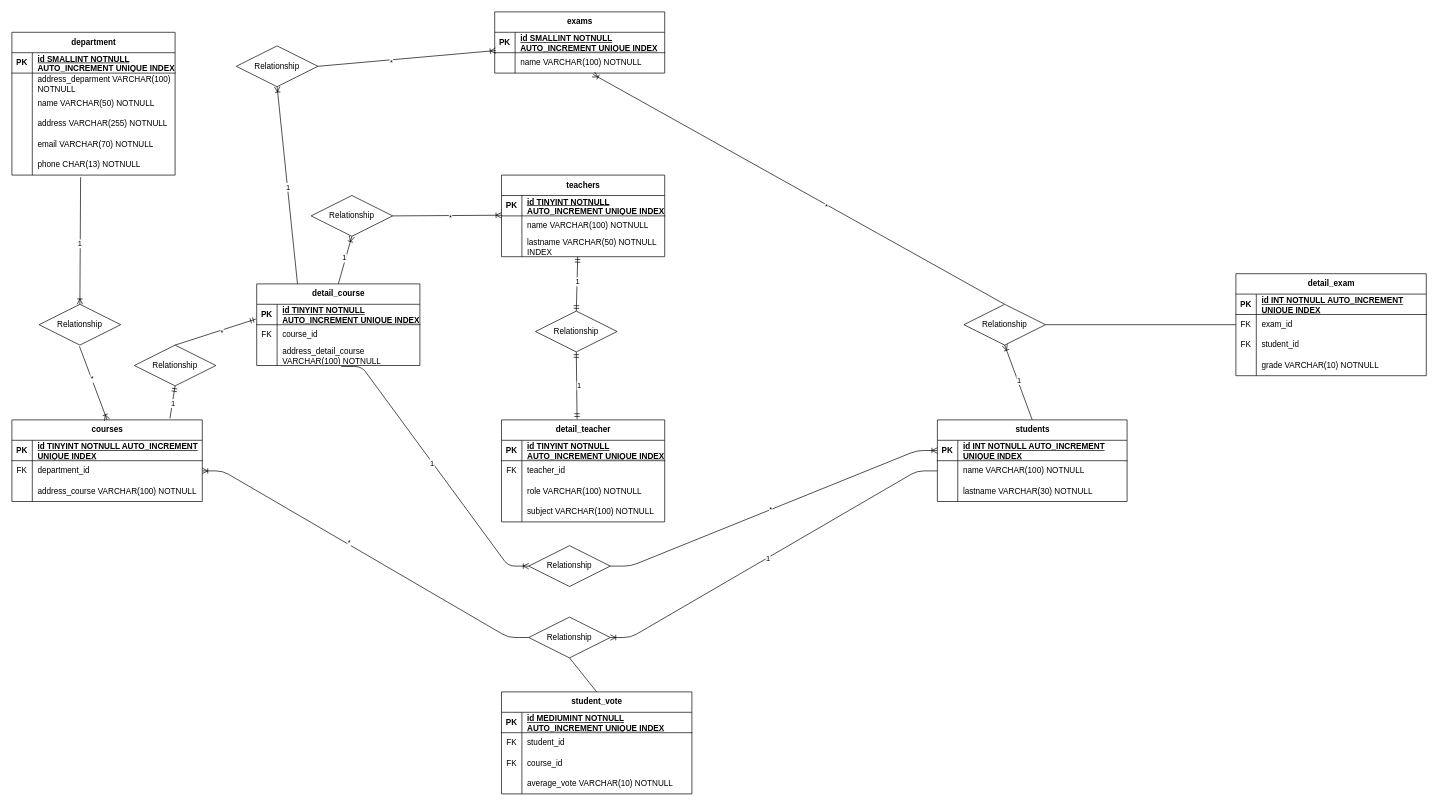
This is university-scheme.drawio from nicoladomingorizzo/db-university, a draw.io file, before an edit. Source tidied: cells renumbered, new cells numbered last; positions are measured from the earlier drawing's top-left corner, leaving out a move shared by most shapes. Both pictures are drawn from the tidied source at 68%, with x=0, y=0 at pixel (12, 12).
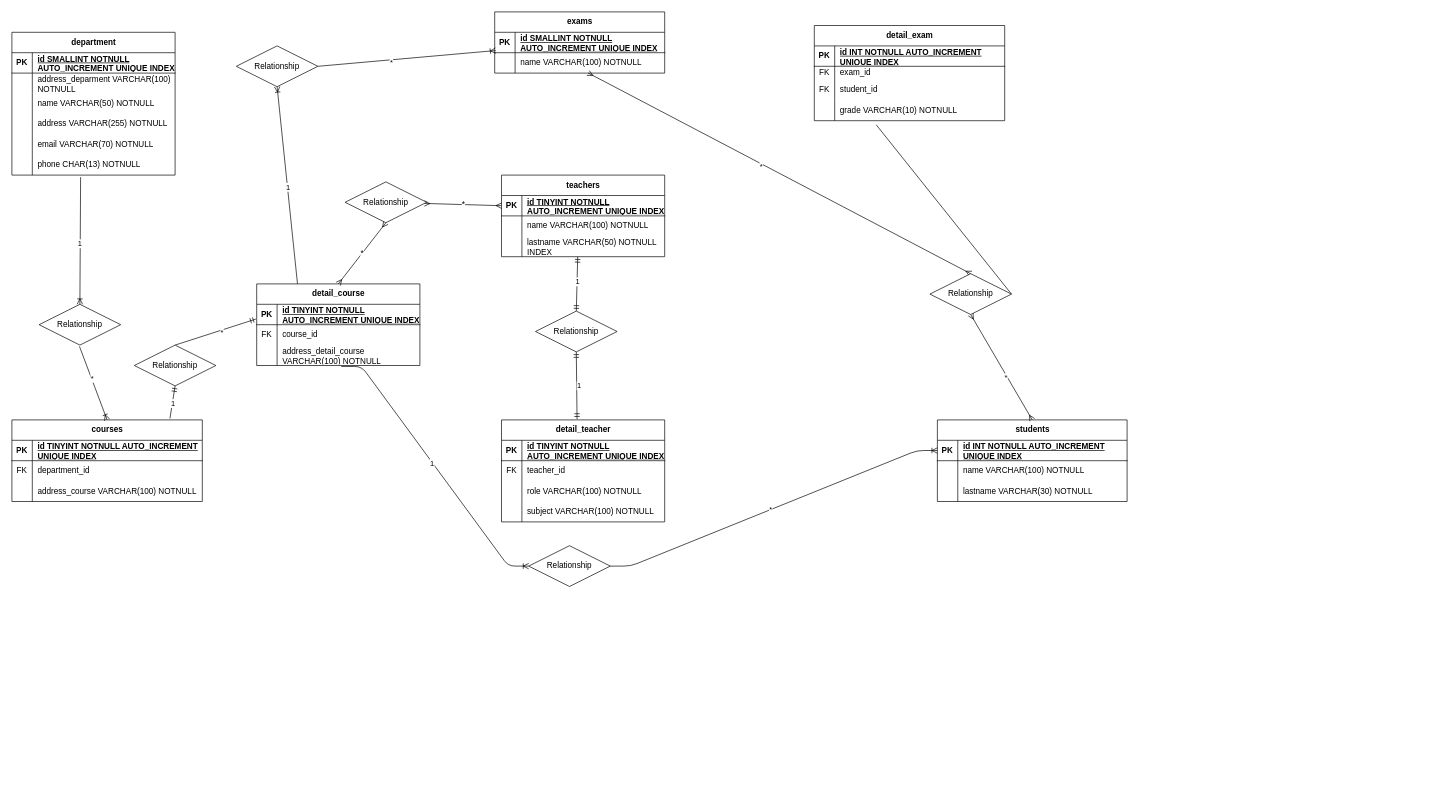
The same diagram, later.

Commit message (it also covers changes not shown here):
Remove student_vote pivot section from README

The change refers to these unchanged cells:
```xml
<mxCell id="25" style="shape=tableRow;horizontal=0;startSize=0;swimlaneHead=0;swimlaneBody=0;fillColor=none;points=[[0,0.5],[1,0.5]];portConstraint=eastwest;top=0;left=0;right=0;bottom=0;" parent="21" vertex="1">
  <mxGeometry y="60" width="280" height="30" as="geometry" />
</mxCell>
<mxCell id="31" value="detail_course" style="shape=table;startSize=30;childLayout=tableLayout;rowLines=0;fontStyle=1;align=center;html=1;" parent="1" vertex="1">
  <mxGeometry x="360" y="400" width="240" height="120" as="geometry" />
</mxCell>
<mxCell id="42" style="shape=tableRow;horizontal=0;startSize=0;swimlaneHead=0;swimlaneBody=0;fillColor=none;points=[[0,0.5],[1,0.5]];portConstraint=eastwest;top=0;left=0;right=0;bottom=1;" parent="41" vertex="1">
  <mxGeometry y="30" width="240" height="30" as="geometry" />
</mxCell>
<mxCell id="45" style="shape=tableRow;horizontal=0;startSize=0;swimlaneHead=0;swimlaneBody=0;fillColor=none;points=[[0,0.5],[1,0.5]];portConstraint=eastwest;top=0;left=0;right=0;bottom=0;" parent="41" vertex="1">
  <mxGeometry y="60" width="240" height="30" as="geometry" />
</mxCell>
<mxCell id="68" style="shape=tableRow;horizontal=0;startSize=0;swimlaneHead=0;swimlaneBody=0;fillColor=none;points=[[0,0.5],[1,0.5]];portConstraint=eastwest;top=0;left=0;right=0;bottom=0;" parent="64" vertex="1">
  <mxGeometry y="60" width="250" height="30" as="geometry" />
</mxCell>
<mxCell id="71" value="students" style="shape=table;startSize=30;childLayout=tableLayout;rowLines=0;fontStyle=1;align=center;html=1;" parent="1" vertex="1">
  <mxGeometry x="1361" y="600" width="279" height="120" as="geometry" />
</mxCell>
<mxCell id="75" style="shape=tableRow;horizontal=0;startSize=0;swimlaneHead=0;swimlaneBody=0;fillColor=none;points=[[0,0.5],[1,0.5]];portConstraint=eastwest;top=0;left=0;right=0;bottom=0;" parent="71" vertex="1">
  <mxGeometry y="60" width="279" height="30" as="geometry" />
</mxCell>
```

What changed in the source:
```diff
@@
     <mxCell id="81" value="detail_exam" style="shape=table;startSize=30;childLayout=tableLayout;rowLines=0;fontStyle=1;align=center;html=1;" parent="1" vertex="1">
-      <mxGeometry x="1800" y="385" width="280" height="150" as="geometry" />
+      <mxGeometry x="1180" y="20" width="280" height="140" as="geometry" />
     </mxCell>
@@
     <mxCell id="85" style="shape=tableRow;horizontal=0;startSize=0;swimlaneHead=0;swimlaneBody=0;fillColor=none;points=[[0,0.5],[1,0.5]];portConstraint=eastwest;top=0;left=0;right=0;bottom=0;" parent="81" vertex="1">
-      <mxGeometry y="60" width="280" height="30" as="geometry" />
+      <mxGeometry y="60" width="280" height="20" as="geometry" />
     </mxCell>
     <mxCell id="86" value="FK" style="shape=partialRectangle;fillColor=none;top=0;left=0;bottom=0;right=0;overflow=hidden;whiteSpace=wrap;html=1;" parent="85" vertex="1">
-      <mxGeometry width="30" height="30" as="geometry" />
+      <mxGeometry width="30" height="20" as="geometry" />
     </mxCell>
     <mxCell id="87" value="exam_id" style="shape=partialRectangle;fillColor=none;top=0;left=0;bottom=0;right=0;align=left;spacingLeft=6;overflow=hidden;whiteSpace=wrap;html=1;" parent="85" vertex="1">
-      <mxGeometry x="30" width="250" height="30" as="geometry" />
+      <mxGeometry x="30" width="250" height="20" as="geometry" />
     </mxCell>
     <mxCell id="88" style="shape=tableRow;horizontal=0;startSize=0;swimlaneHead=0;swimlaneBody=0;fillColor=none;top=0;left=0;right=0;bottom=0;" parent="81" vertex="1">
-      <mxGeometry y="90" width="280" height="30" as="geometry" />
+      <mxGeometry y="80" width="280" height="30" as="geometry" />
     </mxCell>
@@
     <mxCell id="91" style="shape=tableRow;horizontal=0;startSize=0;swimlaneHead=0;swimlaneBody=0;fillColor=none;points=[[0,0.5],[1,0.5]];portConstraint=eastwest;top=0;left=0;right=0;bottom=0;" parent="81" vertex="1">
-      <mxGeometry y="120" width="280" height="30" as="geometry" />
+      <mxGeometry y="110" width="280" height="30" as="geometry" />
     </mxCell>
@@
-    <mxCell id="94" value="student_vote" style="shape=table;startSize=30;childLayout=tableLayout;rowLines=0;fontStyle=1;align=center;html=1;" parent="1" vertex="1">
-      <mxGeometry x="720" y="1000" width="280" height="150" as="geometry" />
-    </mxCell>
-    <mxCell id="95" style="shape=tableRow;horizontal=0;startSize=0;swimlaneHead=0;swimlaneBody=0;fillColor=none;top=0;left=0;right=0;bottom=1;" parent="94" vertex="1">
-      <mxGeometry y="30" width="280" height="30" as="geometry" />
-    </mxCell>
-    <mxCell id="96" value="PK" style="shape=partialRectangle;fillColor=none;top=0;left=0;bottom=0;right=0;fontStyle=1;overflow=hidden;whiteSpace=wrap;html=1;" parent="95" vertex="1">
-      <mxGeometry width="30" height="30" as="geometry" />
-    </mxCell>
-    <mxCell id="97" value="id MEDIUMINT NOTNULL AUTO_INCREMENT UNIQUE INDEX" style="shape=partialRectangle;fillColor=none;top=0;left=0;bottom=0;right=0;align=left;spacingLeft=6;fontStyle=5;overflow=hidden;whiteSpace=wrap;html=1;" parent="95" vertex="1">
-      <mxGeometry x="30" width="250" height="30" as="geometry" />
-    </mxCell>
-    <mxCell id="98" style="shape=tableRow;horizontal=0;startSize=0;swimlaneHead=0;swimlaneBody=0;fillColor=none;top=0;left=0;right=0;bottom=0;" parent="94" vertex="1">
-      <mxGeometry y="60" width="280" height="30" as="geometry" />
-    </mxCell>
-    <mxCell id="99" value="FK" style="shape=partialRectangle;fillColor=none;top=0;left=0;bottom=0;right=0;overflow=hidden;whiteSpace=wrap;html=1;" parent="98" vertex="1">
-      <mxGeometry width="30" height="30" as="geometry" />
-    </mxCell>
-    <mxCell id="100" value="student_id" style="shape=partialRectangle;fillColor=none;top=0;left=0;bottom=0;right=0;align=left;spacingLeft=6;overflow=hidden;whiteSpace=wrap;html=1;" parent="98" vertex="1">
-      <mxGeometry x="30" width="250" height="30" as="geometry" />
-    </mxCell>
-    <mxCell id="101" style="shape=tableRow;horizontal=0;startSize=0;swimlaneHead=0;swimlaneBody=0;fillColor=none;top=0;left=0;right=0;bottom=0;" parent="94" vertex="1">
-      <mxGeometry y="90" width="280" height="30" as="geometry" />
-    </mxCell>
-    <mxCell id="102" value="FK" style="shape=partialRectangle;fillColor=none;top=0;left=0;bottom=0;right=0;overflow=hidden;whiteSpace=wrap;html=1;" parent="101" vertex="1">
-      <mxGeometry width="30" height="30" as="geometry" />
-    </mxCell>
-    <mxCell id="103" value="course_id" style="shape=partialRectangle;fillColor=none;top=0;left=0;bottom=0;right=0;align=left;spacingLeft=6;overflow=hidden;whiteSpace=wrap;html=1;" parent="101" vertex="1">
-      <mxGeometry x="30" width="250" height="30" as="geometry" />
-    </mxCell>
-    <mxCell id="104" style="shape=tableRow;horizontal=0;startSize=0;swimlaneHead=0;swimlaneBody=0;fillColor=none;top=0;left=0;right=0;bottom=0;" parent="94" vertex="1">
-      <mxGeometry y="120" width="280" height="30" as="geometry" />
-    </mxCell>
-    <mxCell id="105" style="shape=partialRectangle;fillColor=none;top=0;left=0;bottom=0;right=0;overflow=hidden;whiteSpace=wrap;html=1;" parent="104" vertex="1">
-      <mxGeometry width="30" height="30" as="geometry" />
-    </mxCell>
-    <mxCell id="106" value="average_vote VARCHAR(10) NOTNULL" style="shape=partialRectangle;fillColor=none;top=0;left=0;bottom=0;right=0;align=left;spacingLeft=6;overflow=hidden;whiteSpace=wrap;html=1;" parent="104" vertex="1">
-      <mxGeometry x="30" width="250" height="30" as="geometry" />
-    </mxCell>
@@
-    <mxCell id="122" style="edgeStyle=entityRelationEdgeStyle;fontSize=12;html=1;endArrow=ERoneToMany;exitX=0;exitY=0.5;exitDx=0;exitDy=0;entryX=1;entryY=0.5;entryDx=0;entryDy=0;" parent="1" edge="1" source="126" target="25">
-      <mxGeometry relative="1" as="geometry" />
-    </mxCell>
-    <mxCell id="123" value="*" style="edgeLabel;html=1;align=center;verticalAlign=middle;" parent="122" vertex="1">
-      <mxGeometry x="0.11" y="-2" relative="1" as="geometry" />
-    </mxCell>
-    <mxCell id="124" style="edgeStyle=entityRelationEdgeStyle;fontSize=12;html=1;endArrow=ERoneToMany;exitX=0;exitY=0.5;exitDx=0;exitDy=0;entryX=1;entryY=0.5;entryDx=0;entryDy=0;" parent="1" edge="1" source="75" target="126">
-      <mxGeometry relative="1" as="geometry">
-        <Array as="points">
-          <mxPoint x="770" y="820" />
-        </Array>
-      </mxGeometry>
-    </mxCell>
-    <mxCell id="125" value="1" style="edgeLabel;html=1;align=center;verticalAlign=middle;" parent="124" vertex="1">
-      <mxGeometry x="0.04" y="1" relative="1" as="geometry" />
-    </mxCell>
-    <mxCell id="126" value="Relationship" style="shape=rhombus;perimeter=rhombusPerimeter;whiteSpace=wrap;html=1;align=center;" parent="1" vertex="1">
-      <mxGeometry x="760" y="890" width="120" height="60" as="geometry" />
-    </mxCell>
-    <mxCell id="127" style="endArrow=none;html=1;rounded=0;exitX=0.5;exitY=0;exitDx=0;exitDy=0;entryX=0.5;entryY=1;entryDx=0;entryDy=0;" parent="1" edge="1" source="94" target="126">
-      <mxGeometry relative="1" as="geometry" />
-    </mxCell>
-    <mxCell id="128" style="fontSize=12;html=1;endArrow=ERoneToMany;exitX=0.5;exitY=0;exitDx=0;exitDy=0;entryX=0.58;entryY=1.067;entryDx=0;entryDy=0;entryPerimeter=0;" parent="1" edge="1" source="132" target="68">
-      <mxGeometry relative="1" as="geometry" />
-    </mxCell>
-    <mxCell id="129" value="*" style="edgeLabel;html=1;align=center;verticalAlign=middle;" parent="128" vertex="1">
-      <mxGeometry x="-0.14" y="2" relative="1" as="geometry">
-        <mxPoint x="-1" as="offset" />
-      </mxGeometry>
-    </mxCell>
-    <mxCell id="130" style="fontSize=12;html=1;endArrow=ERoneToMany;exitX=0.5;exitY=0;exitDx=0;exitDy=0;entryX=0.5;entryY=1;entryDx=0;entryDy=0;" parent="1" edge="1" source="71" target="132">
-      <mxGeometry relative="1" as="geometry" />
-    </mxCell>
-    <mxCell id="131" value="1" style="edgeLabel;html=1;align=center;verticalAlign=middle;" parent="130" vertex="1">
-      <mxGeometry x="0.05" y="-2" relative="1" as="geometry" />
-    </mxCell>
-    <mxCell id="132" value="Relationship" style="shape=rhombus;perimeter=rhombusPerimeter;whiteSpace=wrap;html=1;align=center;" parent="1" vertex="1">
-      <mxGeometry x="1400" y="430" width="120" height="60" as="geometry" />
-    </mxCell>
-    <mxCell id="133" style="endArrow=none;html=1;rounded=0;entryX=0;entryY=0.5;entryDx=0;entryDy=0;exitX=1;exitY=0.5;exitDx=0;exitDy=0;" parent="1" edge="1" source="132" target="85">
+    <mxCell id="133" style="endArrow=none;html=1;rounded=0;entryX=0.325;entryY=1.2;entryDx=0;entryDy=0;exitX=1;exitY=0.5;exitDx=0;exitDy=0;entryPerimeter=0;" parent="1" edge="1" source="132" target="91">
       <mxGeometry relative="1" as="geometry" />
     </mxCell>
-    <mxCell id="134" style="fontSize=12;html=1;endArrow=ERoneToMany;entryX=0;entryY=-0.033;entryDx=0;entryDy=0;entryPerimeter=0;exitX=1;exitY=0.5;exitDx=0;exitDy=0;" parent="1" edge="1" source="138" target="45">
-      <mxGeometry relative="1" as="geometry" />
-    </mxCell>
-    <mxCell id="135" value="*" style="edgeLabel;html=1;align=center;verticalAlign=middle;" parent="134" vertex="1">
-      <mxGeometry x="0.05" y="-3" relative="1" as="geometry" />
-    </mxCell>
-    <mxCell id="136" style="fontSize=12;html=1;endArrow=ERoneToMany;exitX=0.5;exitY=0;exitDx=0;exitDy=0;entryX=0.5;entryY=1;entryDx=0;entryDy=0;" parent="1" edge="1" source="31" target="138">
-      <mxGeometry relative="1" as="geometry" />
-    </mxCell>
-    <mxCell id="137" value="1" style="edgeLabel;html=1;align=center;verticalAlign=middle;" parent="136" vertex="1">
-      <mxGeometry x="0.06" y="2" relative="1" as="geometry" />
-    </mxCell>
-    <mxCell id="138" value="Relationship" style="shape=rhombus;perimeter=rhombusPerimeter;whiteSpace=wrap;html=1;align=center;" parent="1" vertex="1">
-      <mxGeometry x="440" y="270" width="120" height="60" as="geometry" />
-    </mxCell>
@@
+    <mxCell id="149" style="fontSize=12;html=1;endArrow=ERmany;startArrow=ERmany;entryX=0.5;entryY=0;entryDx=0;entryDy=0;exitX=0.5;exitY=1;exitDx=0;exitDy=0;" parent="1" edge="1" source="132" target="71">
+      <mxGeometry relative="1" as="geometry" />
+    </mxCell>
+    <mxCell id="150" value="*" style="edgeLabel;html=1;align=center;verticalAlign=middle;" parent="149" vertex="1">
+      <mxGeometry x="0.17" y="-2" relative="1" as="geometry">
+        <mxPoint y="1" as="offset" />
+      </mxGeometry>
+    </mxCell>
+    <mxCell id="151" style="fontSize=12;html=1;endArrow=ERmany;startArrow=ERmany;entryX=0.5;entryY=0;entryDx=0;entryDy=0;exitX=0.549;exitY=0.992;exitDx=0;exitDy=0;exitPerimeter=0;" parent="1" edge="1" source="68" target="132">
+      <mxGeometry relative="1" as="geometry" />
+    </mxCell>
+    <mxCell id="152" value="*" style="edgeLabel;html=1;align=center;verticalAlign=middle;" parent="151" vertex="1">
+      <mxGeometry x="-0.09" y="-3" relative="1" as="geometry" />
+    </mxCell>
+    <mxCell id="132" value="Relationship" style="shape=rhombus;perimeter=rhombusPerimeter;whiteSpace=wrap;html=1;align=center;" parent="1" vertex="1">
+      <mxGeometry x="1350" y="385" width="120" height="60" as="geometry" />
+    </mxCell>
+    <mxCell id="153" value="*" style="fontSize=12;html=1;endArrow=ERmany;startArrow=ERmany;entryX=0;entryY=0.5;entryDx=0;entryDy=0;" parent="1" edge="1" source="138" target="42">
+      <mxGeometry relative="1" as="geometry" />
+    </mxCell>
+    <mxCell id="136" value="*" style="fontSize=12;html=1;endArrow=ERmany;startArrow=ERmany;exitX=0.5;exitY=0;exitDx=0;exitDy=0;entryX=0.5;entryY=1;entryDx=0;entryDy=0;" parent="1" edge="1" source="31" target="138">
+      <mxGeometry relative="1" as="geometry" />
+    </mxCell>
+    <mxCell id="138" value="Relationship" style="shape=rhombus;perimeter=rhombusPerimeter;whiteSpace=wrap;html=1;align=center;" parent="1" vertex="1">
+      <mxGeometry x="490" y="250" width="120" height="60" as="geometry" />
+    </mxCell>
```
